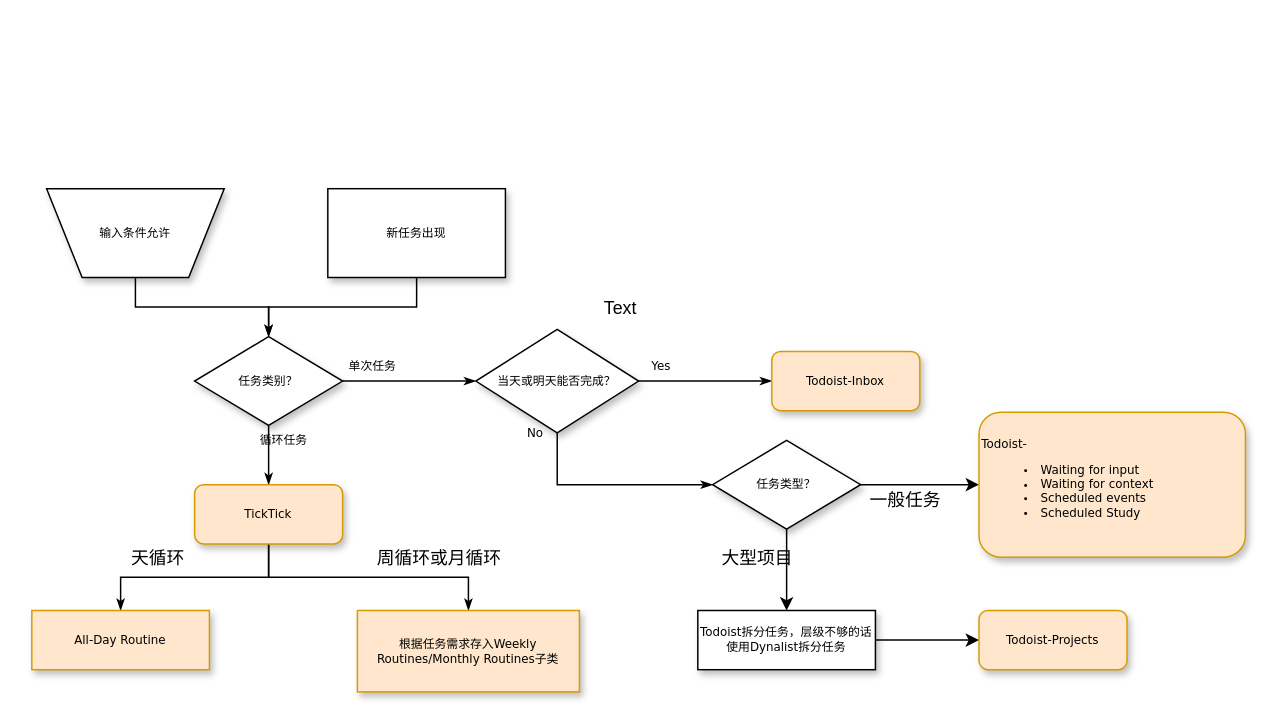
Before: Untitled Diagram.drawio in jory18/jory18.github.io, a draw.io diagram. Source tidied: cells renumbered, new cells numbered last; positions are measured from the earlier drawing's top-left corner, leaving out a move shared by most shapes. Both pictures are drawn from the tidied source at 148%, with x=0, y=0 at pixel (31, 188).
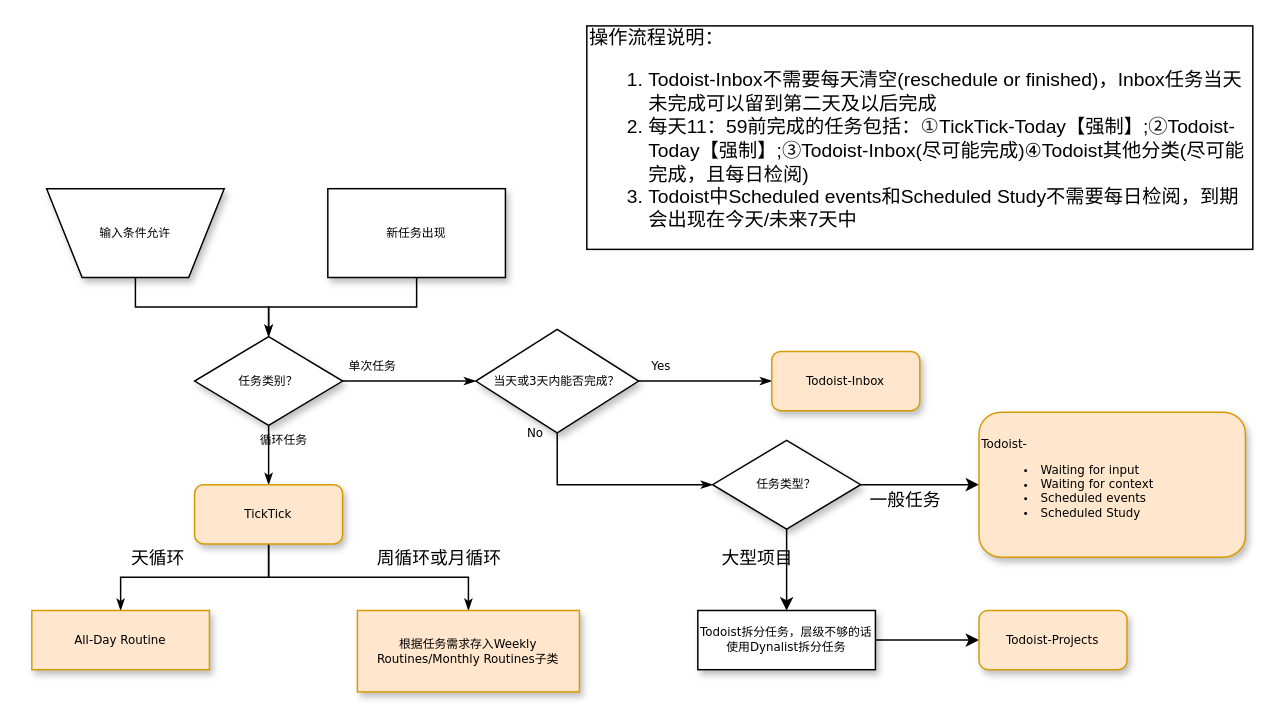
After the change.

Diff of the diagram source:
```diff
@@
-    <mxCell id="11" value="当天或明天能否完成？" style="rhombus;whiteSpace=wrap;html=1;rounded=0;shadow=1;labelBackgroundColor=none;strokeColor=#000000;strokeWidth=1;fillColor=#ffffff;fontFamily=Verdana;fontSize=8;fontColor=#000000;align=center;" parent="1" vertex="1">
+    <mxCell id="11" value="当天或3天内能否完成？" style="rhombus;whiteSpace=wrap;html=1;rounded=0;shadow=1;labelBackgroundColor=none;strokeColor=#000000;strokeWidth=1;fillColor=#ffffff;fontFamily=Verdana;fontSize=8;fontColor=#000000;align=center;" parent="1" vertex="1">
       <mxGeometry x="300" y="95" width="110" height="70" as="geometry" />
     </mxCell>
@@
-    <mxCell id="27" value="Text" style="text;html=1;align=left;verticalAlign=top;spacingTop=-4;" parent="1" vertex="1">
-      <mxGeometry x="385" y="71" width="40" height="20" as="geometry" />
-    </mxCell>
@@
+    <mxCell id="30" value="操作流程说明：&lt;br style=&quot;font-size: 13px&quot;&gt;&lt;ol style=&quot;font-size: 13px&quot;&gt;&lt;li style=&quot;font-size: 13px&quot;&gt;Todoist-Inbox不需要每天清空(reschedule or finished)，Inbox任务当天未完成可以留到第二天及以后完成&lt;/li&gt;&lt;li style=&quot;font-size: 13px&quot;&gt;每天11：59前完成的任务包括：&lt;span style=&quot;color: rgb(51 , 51 , 51) ; font-family: &amp;#34;verdana&amp;#34; , &amp;#34;arial&amp;#34; , &amp;#34;tahoma&amp;#34; ; font-size: 14px ; background-color: rgb(255 , 255 , 255)&quot;&gt;①&lt;/span&gt;TickTick-Today【强制】;②Todoist-Today【强制】;③Todoist-Inbox(尽可能完成)④Todoist其他分类(尽可能完成，且每日检阅)&lt;/li&gt;&lt;li style=&quot;font-size: 13px&quot;&gt;Todoist中Scheduled events和Scheduled Study不需要每日检阅，到期会出现在今天/未来7天中&lt;/li&gt;&lt;/ol&gt;" style="rounded=0;whiteSpace=wrap;html=1;align=left;fontSize=13;" parent="1" vertex="1">
+      <mxGeometry x="375" y="-110" width="450" height="151" as="geometry" />
+    </mxCell>
```
